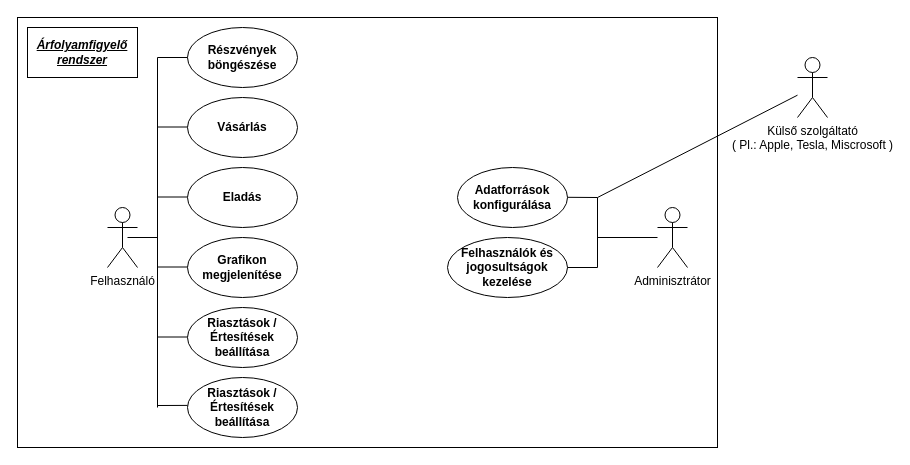
Above: USE CASE DIAGRAMMOK/arfolyamfigyelo.drawio in oroszkristof/ARFT (draw.io), before the change. Source tidied: cells renumbered, new cells numbered last; positions are measured from the earlier drawing's top-left corner, leaving out a move shared by most shapes. Both pictures are drawn from the tidied source at 100%, with x=0, y=0 at pixel (17, 17).
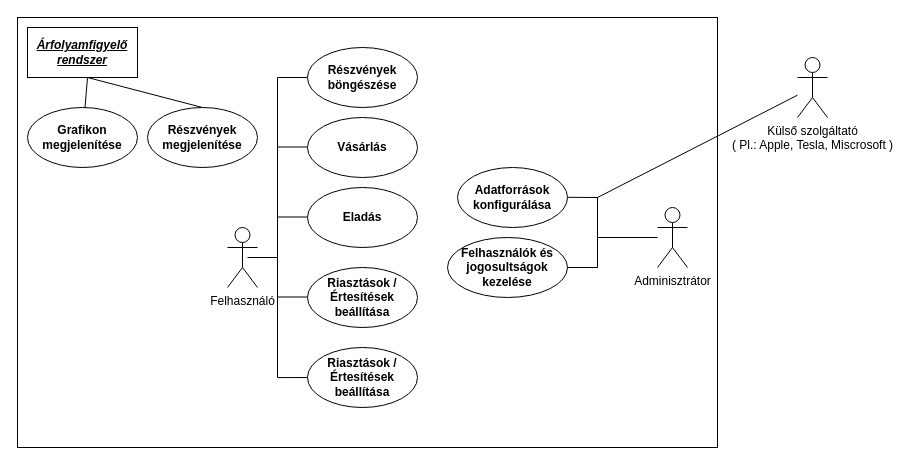
After the change.

Change to the diagram source:
```diff
@@
-    <mxCell id="3" value="Felhasználó" style="shape=umlActor;verticalLabelPosition=bottom;verticalAlign=top;html=1;" parent="1" vertex="1">
-      <mxGeometry x="90" y="190" width="30" height="60" as="geometry" />
-    </mxCell>
-    <mxCell id="4" value="&lt;b&gt;Részvények böngészése&lt;/b&gt;" style="ellipse;whiteSpace=wrap;html=1;" parent="1" vertex="1">
-      <mxGeometry x="170" y="10" width="110" height="60" as="geometry" />
-    </mxCell>
-    <mxCell id="5" value="&lt;b&gt;Eladás&lt;/b&gt;" style="ellipse;whiteSpace=wrap;html=1;" parent="1" vertex="1">
-      <mxGeometry x="170" y="150" width="110" height="60" as="geometry" />
-    </mxCell>
-    <mxCell id="6" value="&lt;b&gt;Vásárlás&lt;/b&gt;" style="ellipse;whiteSpace=wrap;html=1;" parent="1" vertex="1">
-      <mxGeometry x="170" y="80" width="110" height="60" as="geometry" />
-    </mxCell>
-    <mxCell id="7" value="&lt;b&gt;Riasztások / Értesítések beállítása&lt;/b&gt;" style="ellipse;whiteSpace=wrap;html=1;" parent="1" vertex="1">
-      <mxGeometry x="170" y="290" width="110" height="60" as="geometry" />
-    </mxCell>
     <mxCell id="8" value="&lt;b&gt;Grafikon megjelenítése&lt;/b&gt;" style="ellipse;whiteSpace=wrap;html=1;" parent="1" vertex="1">
-      <mxGeometry x="170" y="220" width="110" height="60" as="geometry" />
+      <mxGeometry x="10" y="90" width="110" height="60" as="geometry" />
     </mxCell>
-    <mxCell id="9" value="&lt;b&gt;Riasztások / Értesítések beállítása&lt;/b&gt;" style="ellipse;whiteSpace=wrap;html=1;" parent="1" vertex="1">
-      <mxGeometry x="170" y="360" width="110" height="60" as="geometry" />
-    </mxCell>
-    <mxCell id="10" style="endArrow=none;html=1;rounded=0;" parent="1" edge="1">
-      <mxGeometry relative="1" as="geometry">
-        <mxPoint x="140" y="40" as="sourcePoint" />
-        <mxPoint x="170" y="40" as="targetPoint" />
-      </mxGeometry>
-    </mxCell>
-    <mxCell id="11" style="endArrow=none;html=1;rounded=0;" parent="1" edge="1">
-      <mxGeometry relative="1" as="geometry">
-        <mxPoint x="140" y="390" as="sourcePoint" />
-        <mxPoint x="140" y="40" as="targetPoint" />
-      </mxGeometry>
-    </mxCell>
-    <mxCell id="12" style="endArrow=none;html=1;rounded=0;" parent="1" edge="1">
-      <mxGeometry relative="1" as="geometry">
-        <mxPoint x="140" y="179.5" as="sourcePoint" />
-        <mxPoint x="170" y="179.5" as="targetPoint" />
-      </mxGeometry>
-    </mxCell>
-    <mxCell id="13" style="endArrow=none;html=1;rounded=0;" parent="1" edge="1">
-      <mxGeometry relative="1" as="geometry">
-        <mxPoint x="140" y="109.5" as="sourcePoint" />
-        <mxPoint x="170" y="109.5" as="targetPoint" />
-      </mxGeometry>
-    </mxCell>
-    <mxCell id="14" style="endArrow=none;html=1;rounded=0;" parent="1" edge="1">
+    <mxCell id="14" style="endArrow=none;html=1;rounded=0;" parent="1" edge="1" target="8">
       <mxGeometry relative="1" as="geometry">
-        <mxPoint x="140" y="249.5" as="sourcePoint" />
-        <mxPoint x="170" y="249.5" as="targetPoint" />
+        <mxPoint x="70" y="60" as="sourcePoint" />
       </mxGeometry>
     </mxCell>
-    <mxCell id="15" style="endArrow=none;html=1;rounded=0;" parent="1" edge="1">
-      <mxGeometry relative="1" as="geometry">
-        <mxPoint x="140" y="319.5" as="sourcePoint" />
-        <mxPoint x="170" y="319.5" as="targetPoint" />
-      </mxGeometry>
-    </mxCell>
-    <mxCell id="16" style="endArrow=none;html=1;rounded=0;" parent="1" edge="1">
-      <mxGeometry relative="1" as="geometry">
-        <mxPoint x="170" y="387.9" as="sourcePoint" />
-        <mxPoint x="140" y="388" as="targetPoint" />
-      </mxGeometry>
-    </mxCell>
@@
-    <mxCell id="25" style="endArrow=none;html=1;rounded=0;" parent="1" edge="1">
-      <mxGeometry relative="1" as="geometry">
-        <mxPoint x="140" y="220" as="sourcePoint" />
-        <mxPoint x="110" y="220" as="targetPoint" />
-      </mxGeometry>
-    </mxCell>
@@
+    <mxCell id="28" style="endArrow=none;html=1;rounded=0;" parent="1" edge="1">
+      <mxGeometry relative="1" as="geometry">
+        <mxPoint x="260" y="60" as="sourcePoint" />
+        <mxPoint x="290" y="60" as="targetPoint" />
+      </mxGeometry>
+    </mxCell>
+    <mxCell id="29" style="endArrow=none;html=1;rounded=0;" parent="1" edge="1">
+      <mxGeometry relative="1" as="geometry">
+        <mxPoint x="260" y="360" as="sourcePoint" />
+        <mxPoint x="260" y="60" as="targetPoint" />
+      </mxGeometry>
+    </mxCell>
+    <mxCell id="30" style="endArrow=none;html=1;rounded=0;" parent="1" edge="1">
+      <mxGeometry relative="1" as="geometry">
+        <mxPoint x="260" y="129.5" as="sourcePoint" />
+        <mxPoint x="290" y="129.5" as="targetPoint" />
+      </mxGeometry>
+    </mxCell>
+    <mxCell id="31" style="endArrow=none;html=1;rounded=0;" parent="1" edge="1">
+      <mxGeometry relative="1" as="geometry">
+        <mxPoint x="260" y="199.5" as="sourcePoint" />
+        <mxPoint x="290" y="199.5" as="targetPoint" />
+      </mxGeometry>
+    </mxCell>
+    <mxCell id="32" style="endArrow=none;html=1;rounded=0;" parent="1" edge="1">
+      <mxGeometry relative="1" as="geometry">
+        <mxPoint x="260" y="279.5" as="sourcePoint" />
+        <mxPoint x="290" y="279.5" as="targetPoint" />
+      </mxGeometry>
+    </mxCell>
+    <mxCell id="33" style="endArrow=none;html=1;rounded=0;" parent="1" edge="1">
+      <mxGeometry relative="1" as="geometry">
+        <mxPoint x="290" y="360" as="sourcePoint" />
+        <mxPoint x="260" y="360.1" as="targetPoint" />
+      </mxGeometry>
+    </mxCell>
+    <mxCell id="34" value="&lt;b&gt;Riasztások / Értesítések beállítása&lt;/b&gt;" style="ellipse;whiteSpace=wrap;html=1;" parent="1" vertex="1">
+      <mxGeometry x="290" y="330" width="110" height="60" as="geometry" />
+    </mxCell>
+    <mxCell id="35" value="&lt;b&gt;Riasztások / Értesítések beállítása&lt;/b&gt;" style="ellipse;whiteSpace=wrap;html=1;" parent="1" vertex="1">
+      <mxGeometry x="290" y="250" width="110" height="60" as="geometry" />
+    </mxCell>
+    <mxCell id="5" value="&lt;b&gt;Eladás&lt;/b&gt;" style="ellipse;whiteSpace=wrap;html=1;" parent="1" vertex="1">
+      <mxGeometry x="290" y="170" width="110" height="60" as="geometry" />
+    </mxCell>
+    <mxCell id="6" value="&lt;b&gt;Vásárlás&lt;/b&gt;" style="ellipse;whiteSpace=wrap;html=1;" parent="1" vertex="1">
+      <mxGeometry x="290" y="100" width="110" height="60" as="geometry" />
+    </mxCell>
+    <mxCell id="4" value="&lt;b&gt;Részvények böngészése&lt;/b&gt;" style="ellipse;whiteSpace=wrap;html=1;" parent="1" vertex="1">
+      <mxGeometry x="290" y="30" width="110" height="60" as="geometry" />
+    </mxCell>
+    <mxCell id="36" style="endArrow=none;html=1;rounded=0;" parent="1" edge="1">
+      <mxGeometry relative="1" as="geometry">
+        <mxPoint x="260" y="240" as="sourcePoint" />
+        <mxPoint x="230" y="240" as="targetPoint" />
+      </mxGeometry>
+    </mxCell>
+    <mxCell id="3" value="Felhasználó" style="shape=umlActor;verticalLabelPosition=bottom;verticalAlign=top;html=1;" parent="1" vertex="1">
+      <mxGeometry x="210" y="210" width="30" height="60" as="geometry" />
+    </mxCell>
+    <mxCell id="37" value="&lt;b&gt;Részvények megjelenítése&lt;/b&gt;" style="ellipse;whiteSpace=wrap;html=1;" parent="1" vertex="1">
+      <mxGeometry x="130" y="90" width="110" height="60" as="geometry" />
+    </mxCell>
+    <mxCell id="38" style="endArrow=none;html=1;rounded=0;entryX=0.5;entryY=0;entryDx=0;entryDy=0;" parent="1" edge="1" target="37">
+      <mxGeometry relative="1" as="geometry">
+        <mxPoint x="70" y="60" as="sourcePoint" />
+      </mxGeometry>
+    </mxCell>
```
